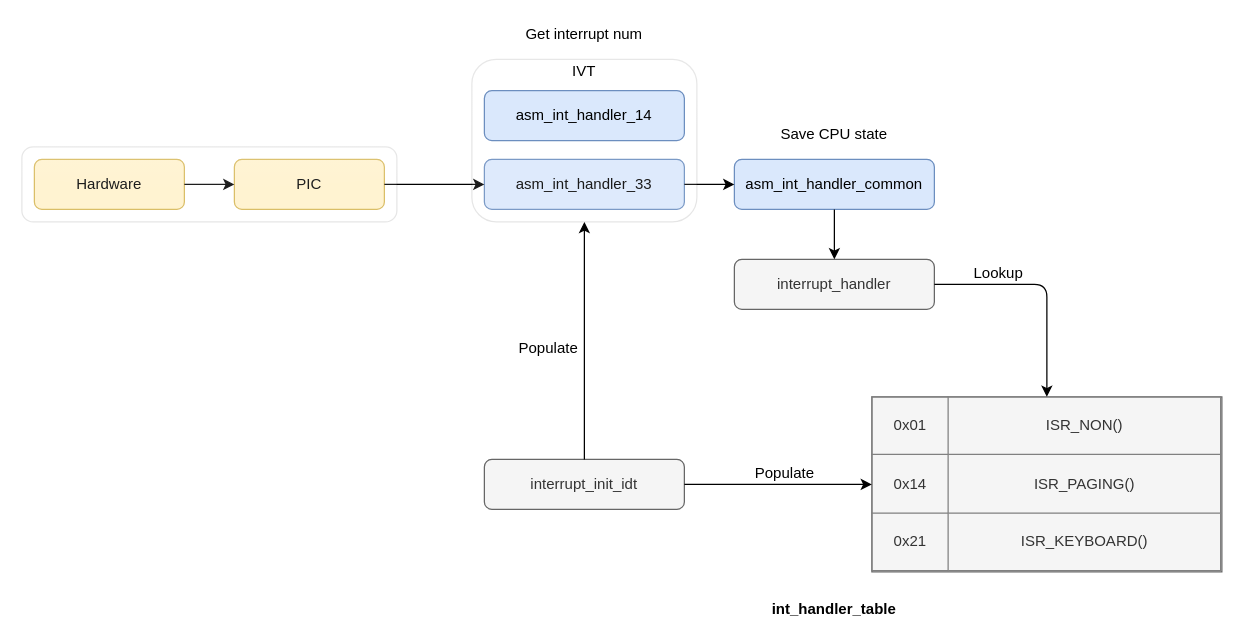
Above: doc/Drafts/Interrupts.drawio in sandwichdoge/catchOS (draw.io), before the change. Source tidied: cells renumbered, new cells numbered last; positions are measured from the earlier drawing's top-left corner, leaving out a move shared by most shapes. Both pictures are drawn from the tidied source at 125%, with x=0, y=0 at pixel (21, 21).
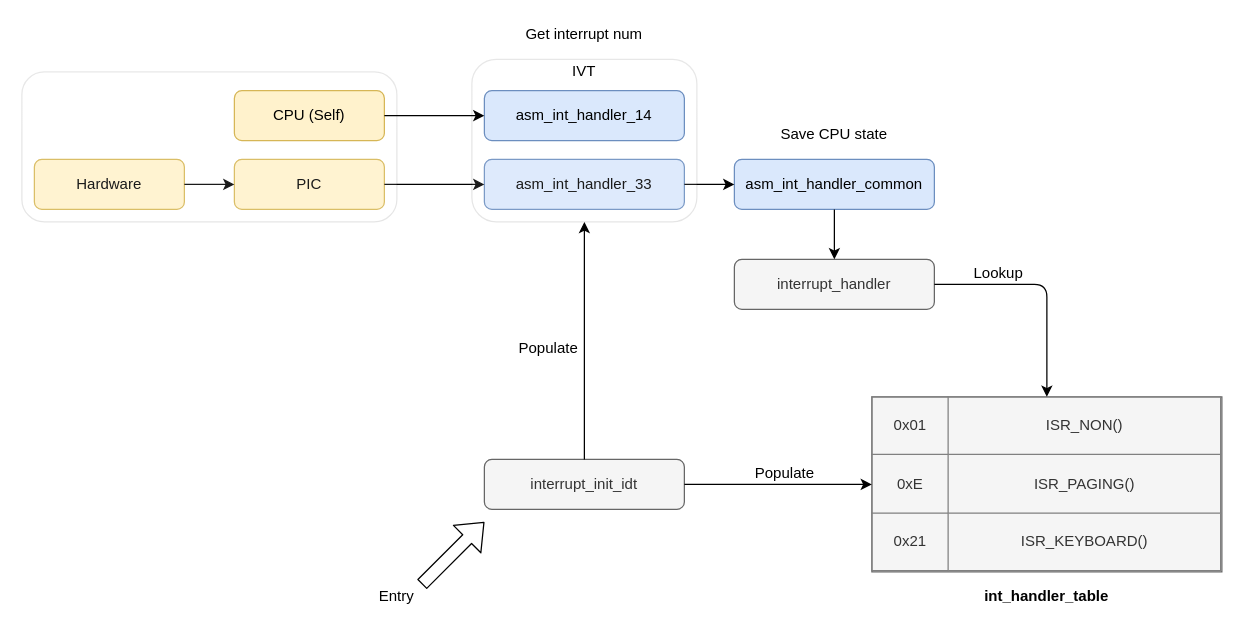
Above is the later version.

Commit message (it also covers changes not shown here):
doc for higher half kernel and interrupts

The change refers to these unchanged cells:
```xml
<mxCell id="21" value="asm_int_handler_14" style="rounded=1;whiteSpace=wrap;html=1;fillColor=#dae8fc;strokeColor=#6c8ebf;" parent="1" vertex="1">
  <mxGeometry x="370" y="55" width="160" height="40" as="geometry" />
</mxCell>
```

The edit, as a diff of the source:
```diff
@@
-    <mxCell id="7" value="&lt;table style=&quot;width: 100% ; height: 100% ; border-collapse: collapse&quot; width=&quot;100%&quot; border=&quot;1&quot;&gt;&lt;tbody&gt;&lt;tr&gt;&lt;td align=&quot;center&quot;&gt;0x01&lt;/td&gt;&lt;td align=&quot;center&quot;&gt;ISR_NON()&lt;br&gt;&lt;/td&gt;&lt;/tr&gt;&lt;tr&gt;&lt;td align=&quot;center&quot;&gt;0x14&lt;br&gt;&lt;/td&gt;&lt;td align=&quot;center&quot;&gt;ISR_PAGING()&lt;/td&gt;&lt;/tr&gt;&lt;tr&gt;&lt;td align=&quot;center&quot;&gt;0x21&lt;/td&gt;&lt;td align=&quot;center&quot;&gt;ISR_KEYBOARD()&lt;br&gt;&lt;/td&gt;&lt;/tr&gt;&lt;/tbody&gt;&lt;/table&gt;" style="text;html=1;strokeColor=#666666;fillColor=#f5f5f5;overflow=fill;fontColor=#333333;" parent="1" vertex="1">
+    <mxCell id="7" value="&lt;table style=&quot;width: 100% ; height: 100% ; border-collapse: collapse&quot; width=&quot;100%&quot; border=&quot;1&quot;&gt;&lt;tbody&gt;&lt;tr&gt;&lt;td align=&quot;center&quot;&gt;0x01&lt;/td&gt;&lt;td align=&quot;center&quot;&gt;ISR_NON()&lt;br&gt;&lt;/td&gt;&lt;/tr&gt;&lt;tr&gt;&lt;td align=&quot;center&quot;&gt;0xE&lt;br&gt;&lt;/td&gt;&lt;td align=&quot;center&quot;&gt;ISR_PAGING()&lt;/td&gt;&lt;/tr&gt;&lt;tr&gt;&lt;td align=&quot;center&quot;&gt;0x21&lt;/td&gt;&lt;td align=&quot;center&quot;&gt;ISR_KEYBOARD()&lt;br&gt;&lt;/td&gt;&lt;/tr&gt;&lt;/tbody&gt;&lt;/table&gt;" style="text;html=1;strokeColor=#666666;fillColor=#f5f5f5;overflow=fill;fontColor=#333333;" parent="1" vertex="1">
       <mxGeometry x="680" y="300" width="280" height="140" as="geometry" />
     </mxCell>
     <mxCell id="8" value="&lt;b&gt;int_handler_table&lt;/b&gt;" style="text;html=1;strokeColor=none;fillColor=none;align=center;verticalAlign=middle;whiteSpace=wrap;rounded=0;" parent="1" vertex="1">
-      <mxGeometry x="595" y="460" width="110" height="20" as="geometry" />
+      <mxGeometry x="765" y="450" width="110" height="20" as="geometry" />
     </mxCell>
@@
     <mxCell id="18" style="rounded=1;whiteSpace=wrap;html=1;glass=1;opacity=10;strokeWidth=1;" parent="1" vertex="1">
-      <mxGeometry y="100" width="300" height="60" as="geometry" />
+      <mxGeometry y="40" width="300" height="120" as="geometry" />
     </mxCell>
@@
+    <mxCell id="26" style="shape=flexArrow;endArrow=classic;html=1;" parent="1" edge="1">
+      <mxGeometry relative="1" as="geometry">
+        <mxPoint x="320" y="450" as="sourcePoint" />
+        <mxPoint x="370" y="400" as="targetPoint" />
+      </mxGeometry>
+    </mxCell>
+    <mxCell id="27" value="Entry" style="text;html=1;strokeColor=none;fillColor=none;align=center;verticalAlign=middle;whiteSpace=wrap;rounded=0;" parent="1" vertex="1">
+      <mxGeometry x="280" y="450" width="40" height="20" as="geometry" />
+    </mxCell>
+    <mxCell id="28" value="CPU (Self)" style="rounded=1;whiteSpace=wrap;html=1;fillColor=#fff2cc;strokeColor=#d6b656;" parent="1" vertex="1">
+      <mxGeometry x="170" y="55" width="120" height="40" as="geometry" />
+    </mxCell>
+    <mxCell id="29" style="endArrow=classic;html=1;entryX=0;entryY=0.5;entryDx=0;entryDy=0;exitX=1;exitY=0.5;exitDx=0;exitDy=0;" parent="1" edge="1" source="28" target="21">
+      <mxGeometry relative="1" as="geometry" />
+    </mxCell>
```
